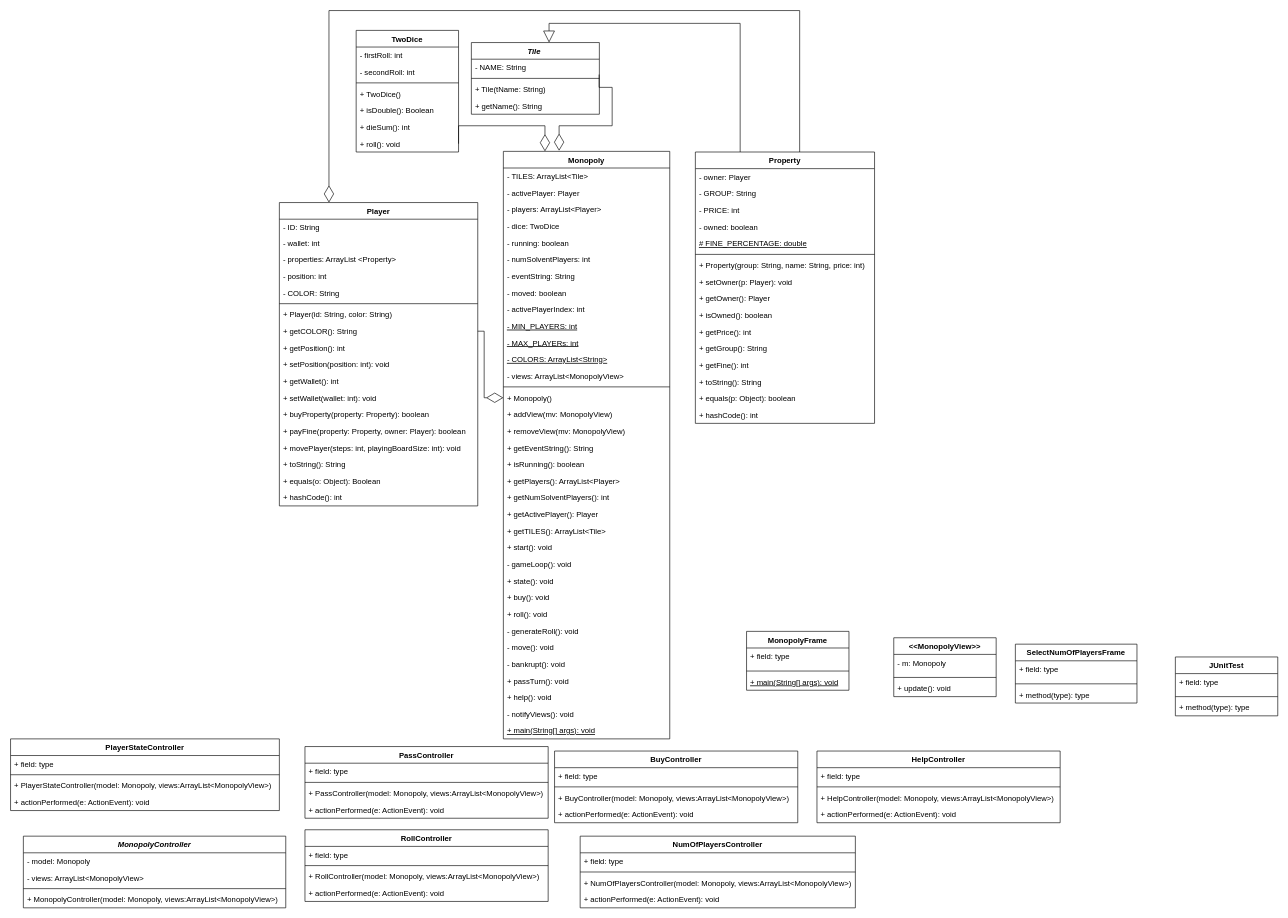
Earlier version of the draw.io diagram Monoply.drawio (MiniEinsteinD/MonopolyGame). Source tidied: cells renumbered, new cells numbered last; positions are measured from the earlier drawing's top-left corner, leaving out a move shared by most shapes. Both pictures are drawn from the tidied source at 64%, with x=0, y=0 at pixel (10, 10).
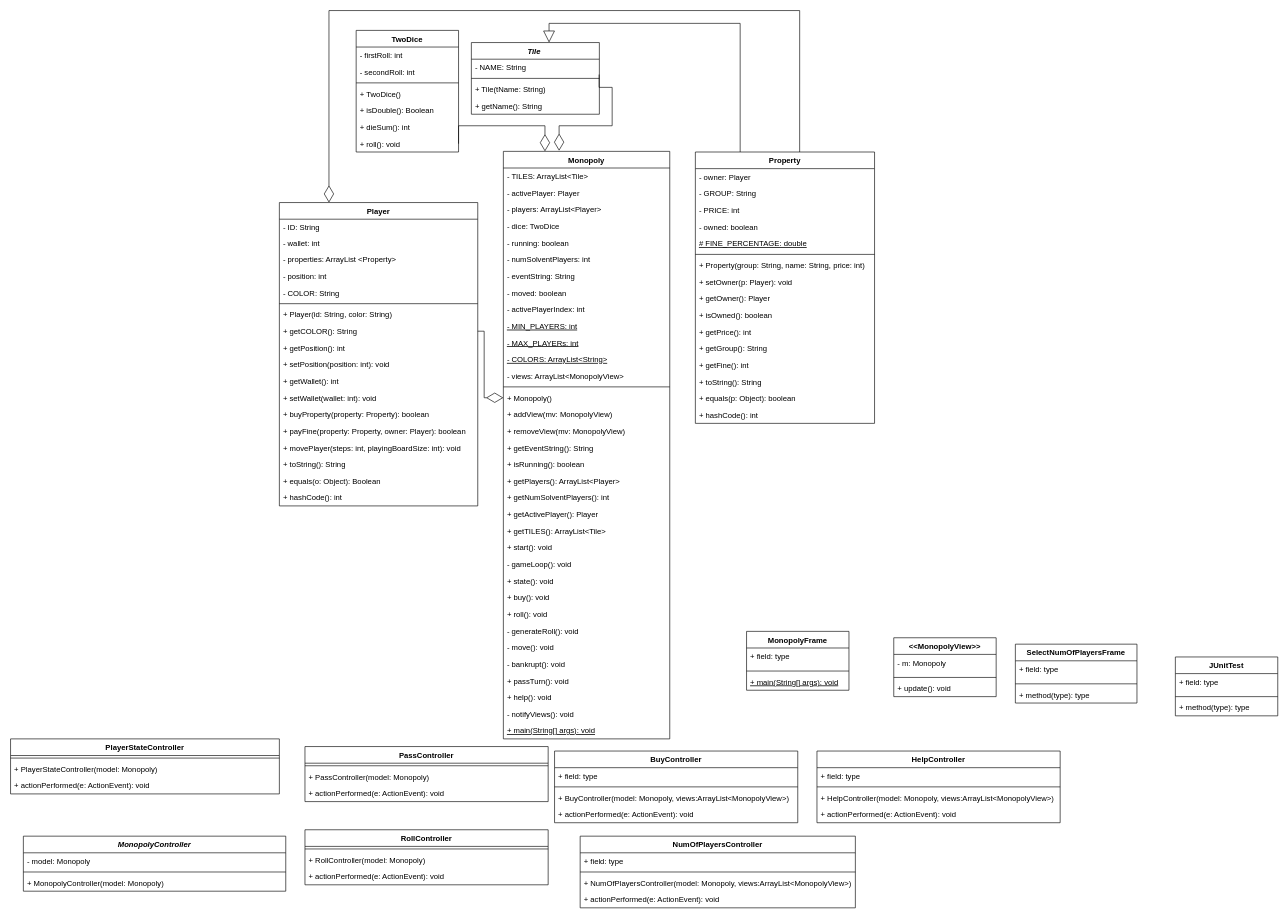
The same page after the edit.

Diff of the diagram source:
```diff
@@
     <mxCell id="92" value="MonopolyController" style="swimlane;fontStyle=3;align=center;verticalAlign=top;horizontal=1;startSize=26;" parent="1" vertex="1">
-      <mxGeometry x="20" y="1290" width="410" height="112" as="geometry" />
+      <mxGeometry x="20" y="1290" width="410" height="86" as="geometry" />
     </mxCell>
@@
-    <mxCell id="94" value="- views: ArrayList&lt;MonopolyView&gt;" style="text;strokeColor=none;fillColor=none;align=left;verticalAlign=top;spacingLeft=4;spacingRight=4;overflow=hidden;" parent="92" vertex="1">
-      <mxGeometry y="52" width="410" height="26" as="geometry" />
-    </mxCell>
     <mxCell id="95" style="line;strokeWidth=1;fillColor=none;align=left;verticalAlign=middle;spacingTop=-1;spacingLeft=3;spacingRight=3;labelPosition=right;" parent="92" vertex="1">
-      <mxGeometry y="78" width="410" height="8" as="geometry" />
+      <mxGeometry y="52" width="410" height="8" as="geometry" />
     </mxCell>
-    <mxCell id="96" value="+ MonopolyController(model: Monopoly, views:ArrayList&lt;MonopolyView&gt;)" style="text;strokeColor=none;fillColor=none;align=left;verticalAlign=top;spacingLeft=4;spacingRight=4;overflow=hidden;" parent="92" vertex="1">
-      <mxGeometry y="86" width="410" height="26" as="geometry" />
+    <mxCell id="96" value="+ MonopolyController(model: Monopoly)" style="text;strokeColor=none;fillColor=none;align=left;verticalAlign=top;spacingLeft=4;spacingRight=4;overflow=hidden;" parent="92" vertex="1">
+      <mxGeometry y="60" width="410" height="26" as="geometry" />
     </mxCell>
@@
     <mxCell id="101" value="PlayerStateController" style="swimlane;fontStyle=1;align=center;verticalAlign=top;horizontal=1;startSize=26;" parent="1" vertex="1">
-      <mxGeometry y="1138" width="420" height="112" as="geometry" />
+      <mxGeometry y="1138" width="420" height="86" as="geometry" />
     </mxCell>
-    <mxCell id="102" value="+ field: type" style="text;strokeColor=none;fillColor=none;align=left;verticalAlign=top;spacingLeft=4;spacingRight=4;overflow=hidden;" parent="101" vertex="1">
-      <mxGeometry y="26" width="420" height="26" as="geometry" />
-    </mxCell>
     <mxCell id="103" style="line;strokeWidth=1;fillColor=none;align=left;verticalAlign=middle;spacingTop=-1;spacingLeft=3;spacingRight=3;labelPosition=right;" parent="101" vertex="1">
-      <mxGeometry y="52" width="420" height="8" as="geometry" />
+      <mxGeometry y="26" width="420" height="8" as="geometry" />
     </mxCell>
-    <mxCell id="104" value="+ PlayerStateController(model: Monopoly, views:ArrayList&lt;MonopolyView&gt;)" style="text;strokeColor=none;fillColor=none;align=left;verticalAlign=top;spacingLeft=4;spacingRight=4;overflow=hidden;" parent="101" vertex="1">
-      <mxGeometry y="60" width="420" height="26" as="geometry" />
+    <mxCell id="104" value="+ PlayerStateController(model: Monopoly)" style="text;strokeColor=none;fillColor=none;align=left;verticalAlign=top;spacingLeft=4;spacingRight=4;overflow=hidden;" parent="101" vertex="1">
+      <mxGeometry y="34" width="420" height="26" as="geometry" />
     </mxCell>
     <mxCell id="105" value="+ actionPerformed(e: ActionEvent): void" style="text;strokeColor=none;fillColor=none;align=left;verticalAlign=top;spacingLeft=4;spacingRight=4;overflow=hidden;" parent="101" vertex="1">
-      <mxGeometry y="86" width="420" height="26" as="geometry" />
+      <mxGeometry y="60" width="420" height="26" as="geometry" />
     </mxCell>
@@
     <mxCell id="116" value="RollController" style="swimlane;fontStyle=1;align=center;verticalAlign=top;horizontal=1;startSize=26;" parent="1" vertex="1">
-      <mxGeometry x="460" y="1280" width="380" height="112" as="geometry" />
+      <mxGeometry x="460" y="1280" width="380" height="86" as="geometry" />
     </mxCell>
-    <mxCell id="117" value="+ field: type" style="text;strokeColor=none;fillColor=none;align=left;verticalAlign=top;spacingLeft=4;spacingRight=4;overflow=hidden;" parent="116" vertex="1">
-      <mxGeometry y="26" width="380" height="26" as="geometry" />
-    </mxCell>
     <mxCell id="118" style="line;strokeWidth=1;fillColor=none;align=left;verticalAlign=middle;spacingTop=-1;spacingLeft=3;spacingRight=3;labelPosition=right;" parent="116" vertex="1">
-      <mxGeometry y="52" width="380" height="8" as="geometry" />
+      <mxGeometry y="26" width="380" height="8" as="geometry" />
     </mxCell>
-    <mxCell id="119" value="+ RollController(model: Monopoly, views:ArrayList&lt;MonopolyView&gt;)" style="text;strokeColor=none;fillColor=none;align=left;verticalAlign=top;spacingLeft=4;spacingRight=4;overflow=hidden;" parent="116" vertex="1">
-      <mxGeometry y="60" width="380" height="26" as="geometry" />
+    <mxCell id="119" value="+ RollController(model: Monopoly)" style="text;strokeColor=none;fillColor=none;align=left;verticalAlign=top;spacingLeft=4;spacingRight=4;overflow=hidden;" parent="116" vertex="1">
+      <mxGeometry y="34" width="380" height="26" as="geometry" />
     </mxCell>
     <mxCell id="120" value="+ actionPerformed(e: ActionEvent): void" style="text;strokeColor=none;fillColor=none;align=left;verticalAlign=top;spacingLeft=4;spacingRight=4;overflow=hidden;" parent="116" vertex="1">
-      <mxGeometry y="86" width="380" height="26" as="geometry" />
+      <mxGeometry y="60" width="380" height="26" as="geometry" />
     </mxCell>
     <mxCell id="121" value="PassController" style="swimlane;fontStyle=1;align=center;verticalAlign=top;horizontal=1;startSize=26;" parent="1" vertex="1">
-      <mxGeometry x="460" y="1150" width="380" height="112" as="geometry" />
+      <mxGeometry x="460" y="1150" width="380" height="86" as="geometry" />
     </mxCell>
-    <mxCell id="122" value="+ field: type" style="text;strokeColor=none;fillColor=none;align=left;verticalAlign=top;spacingLeft=4;spacingRight=4;overflow=hidden;" parent="121" vertex="1">
-      <mxGeometry y="26" width="380" height="26" as="geometry" />
-    </mxCell>
     <mxCell id="123" style="line;strokeWidth=1;fillColor=none;align=left;verticalAlign=middle;spacingTop=-1;spacingLeft=3;spacingRight=3;labelPosition=right;" parent="121" vertex="1">
-      <mxGeometry y="52" width="380" height="8" as="geometry" />
+      <mxGeometry y="26" width="380" height="8" as="geometry" />
     </mxCell>
-    <mxCell id="124" value="+ PassController(model: Monopoly, views:ArrayList&lt;MonopolyView&gt;)" style="text;strokeColor=none;fillColor=none;align=left;verticalAlign=top;spacingLeft=4;spacingRight=4;overflow=hidden;" parent="121" vertex="1">
-      <mxGeometry y="60" width="380" height="26" as="geometry" />
+    <mxCell id="124" value="+ PassController(model: Monopoly)" style="text;strokeColor=none;fillColor=none;align=left;verticalAlign=top;spacingLeft=4;spacingRight=4;overflow=hidden;" parent="121" vertex="1">
+      <mxGeometry y="34" width="380" height="26" as="geometry" />
     </mxCell>
     <mxCell id="125" value="+ actionPerformed(e: ActionEvent): void" style="text;strokeColor=none;fillColor=none;align=left;verticalAlign=top;spacingLeft=4;spacingRight=4;overflow=hidden;" parent="121" vertex="1">
-      <mxGeometry y="86" width="380" height="26" as="geometry" />
+      <mxGeometry y="60" width="380" height="26" as="geometry" />
     </mxCell>
```
